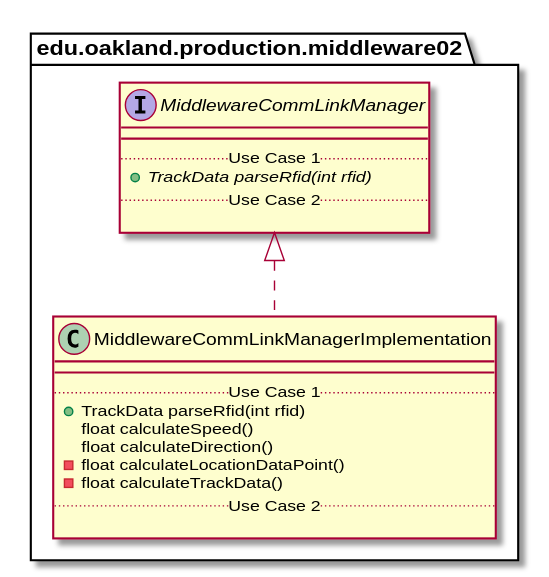
andrewdimmer/csi-3370-software-project keeps this PlantUML diagram as docs/uml-class-diagrams/middleware02/production/MiddlewareCommLinkManagerImplementation/MiddlewareCommLinkManagerImplementation_Closure.svg. Above is the earlier version.
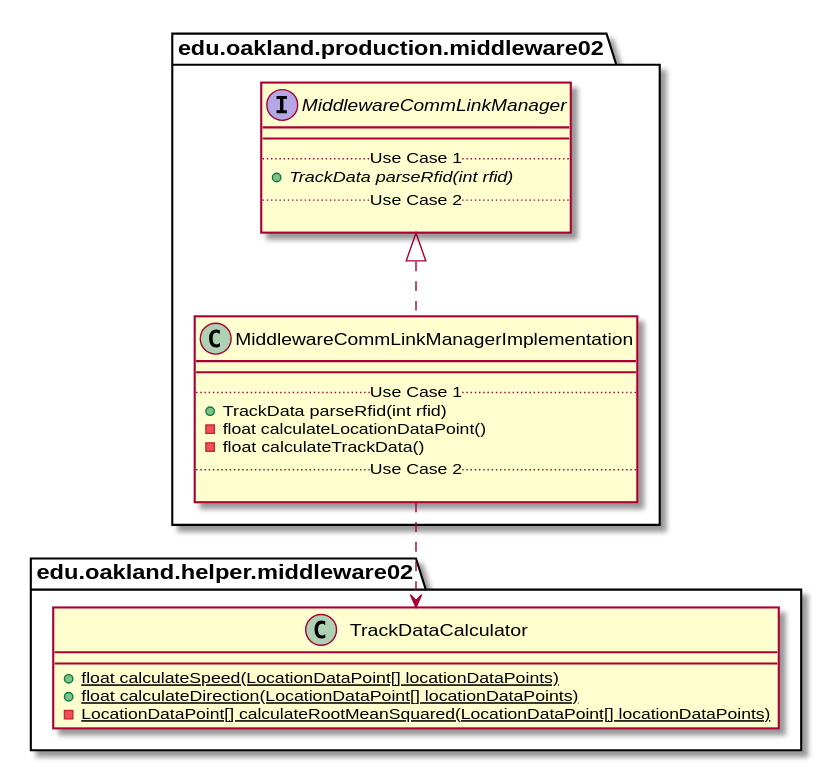
Above is the later version.

Diff of the diagram source:
```diff
@@ -6,8 +6,6 @@
         __
         .. Use Case 1 ..
         + TrackData parseRfid(int rfid)
-        float calculateSpeed()
-        float calculateDirection()
         - float calculateLocationDataPoint()
         - float calculateTrackData()
         .. Use Case 2 ..
@@ -37,6 +35,21 @@
 
 
 
+package edu.oakland.helper.middleware02 {
+    class TrackDataCalculator {
+        {static} + float calculateSpeed(LocationDataPoint[] locationDataPoints)
+        {static} + float calculateDirection(LocationDataPoint[] locationDataPoints)
+        {static} - LocationDataPoint[] calculateRootMeanSquared(LocationDataPoint[] locationDataPoints)
+    }
+}
+
+
+
+
+
+
+MiddlewareCommLinkManagerImplementation ..> TrackDataCalculator
+
 
 
 @enduml
```
